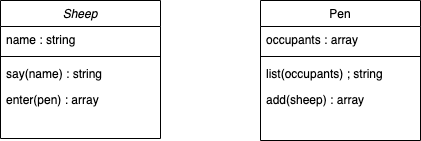
Before: week-5/encapsulation_with_constructor_and_prototype_pattern/shepherd.png, a diagram exported from draw.io (rjkviegas/skills-workshops). Source tidied: cells renumbered, new cells last; positions are measured from the earlier drawing's top-left corner, leaving out a move shared by most shapes. The source it was exported from:
```xml
<mxGraphModel>
  <root>
    <mxCell id="0" />
    <mxCell id="1" parent="0" />
    <mxCell id="2" value="Sheep" style="swimlane;fontStyle=2;align=center;verticalAlign=top;horizontal=1;startSize=26;rounded=0;shadow=0;strokeWidth=1;" parent="1" vertex="1">
      <mxGeometry width="160" height="138" as="geometry" />
    </mxCell>
    <mxCell id="3" value="name : string" style="text;align=left;verticalAlign=top;spacingLeft=4;spacingRight=4;overflow=hidden;" parent="2" vertex="1">
      <mxGeometry y="26" width="160" height="26" as="geometry" />
    </mxCell>
    <mxCell id="4" style="line;html=1;strokeWidth=1;align=left;verticalAlign=middle;spacingTop=-1;spacingLeft=3;spacingRight=3;labelPosition=right;" parent="2" vertex="1">
      <mxGeometry y="52" width="160" height="8" as="geometry" />
    </mxCell>
    <mxCell id="5" value="say(name) : string" style="text;align=left;verticalAlign=top;spacingLeft=4;spacingRight=4;overflow=hidden;rounded=0;shadow=0;html=0;" parent="2" vertex="1">
      <mxGeometry y="60" width="160" height="26" as="geometry" />
    </mxCell>
    <mxCell id="6" value="enter(pen) : array" style="text;align=left;verticalAlign=top;spacingLeft=4;spacingRight=4;overflow=hidden;rounded=0;shadow=0;html=0;" parent="2" vertex="1">
      <mxGeometry y="86" width="160" height="26" as="geometry" />
    </mxCell>
    <mxCell id="7" value="Pen" style="swimlane;fontStyle=0;align=center;verticalAlign=top;horizontal=1;startSize=26;rounded=0;shadow=0;strokeWidth=1;" parent="1" vertex="1">
      <mxGeometry x="260" width="160" height="140" as="geometry" />
    </mxCell>
    <mxCell id="8" value="occupants : array" style="text;align=left;verticalAlign=top;spacingLeft=4;spacingRight=4;overflow=hidden;" parent="7" vertex="1">
      <mxGeometry y="26" width="160" height="26" as="geometry" />
    </mxCell>
    <mxCell id="9" style="line;html=1;strokeWidth=1;align=left;verticalAlign=middle;spacingTop=-1;spacingLeft=3;spacingRight=3;labelPosition=right;" parent="7" vertex="1">
      <mxGeometry y="52" width="160" height="8" as="geometry" />
    </mxCell>
    <mxCell id="10" value="list(occupants) ; string" style="text;align=left;verticalAlign=top;spacingLeft=4;spacingRight=4;overflow=hidden;rounded=0;shadow=0;html=0;" parent="7" vertex="1">
      <mxGeometry y="60" width="160" height="26" as="geometry" />
    </mxCell>
    <mxCell id="11" value="add(sheep) : array" style="text;align=left;verticalAlign=top;spacingLeft=4;spacingRight=4;overflow=hidden;rounded=0;shadow=0;html=0;" parent="7" vertex="1">
      <mxGeometry y="86" width="160" height="26" as="geometry" />
    </mxCell>
  </root>
</mxGraphModel>
```
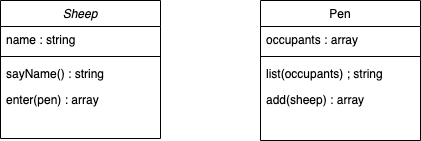
The same diagram one commit later.

Commit message:
updated class diagram

Diff of the diagram source:
```diff
@@ -11,7 +11,7 @@
     <mxCell id="4" style="line;html=1;strokeWidth=1;align=left;verticalAlign=middle;spacingTop=-1;spacingLeft=3;spacingRight=3;labelPosition=right;" parent="2" vertex="1">
       <mxGeometry y="52" width="160" height="8" as="geometry" />
     </mxCell>
-    <mxCell id="5" value="say(name) : string" style="text;align=left;verticalAlign=top;spacingLeft=4;spacingRight=4;overflow=hidden;rounded=0;shadow=0;html=0;" parent="2" vertex="1">
+    <mxCell id="5" value="sayName() : string" style="text;align=left;verticalAlign=top;spacingLeft=4;spacingRight=4;overflow=hidden;rounded=0;shadow=0;html=0;" parent="2" vertex="1">
       <mxGeometry y="60" width="160" height="26" as="geometry" />
     </mxCell>
     <mxCell id="6" value="enter(pen) : array" style="text;align=left;verticalAlign=top;spacingLeft=4;spacingRight=4;overflow=hidden;rounded=0;shadow=0;html=0;" parent="2" vertex="1">
```
